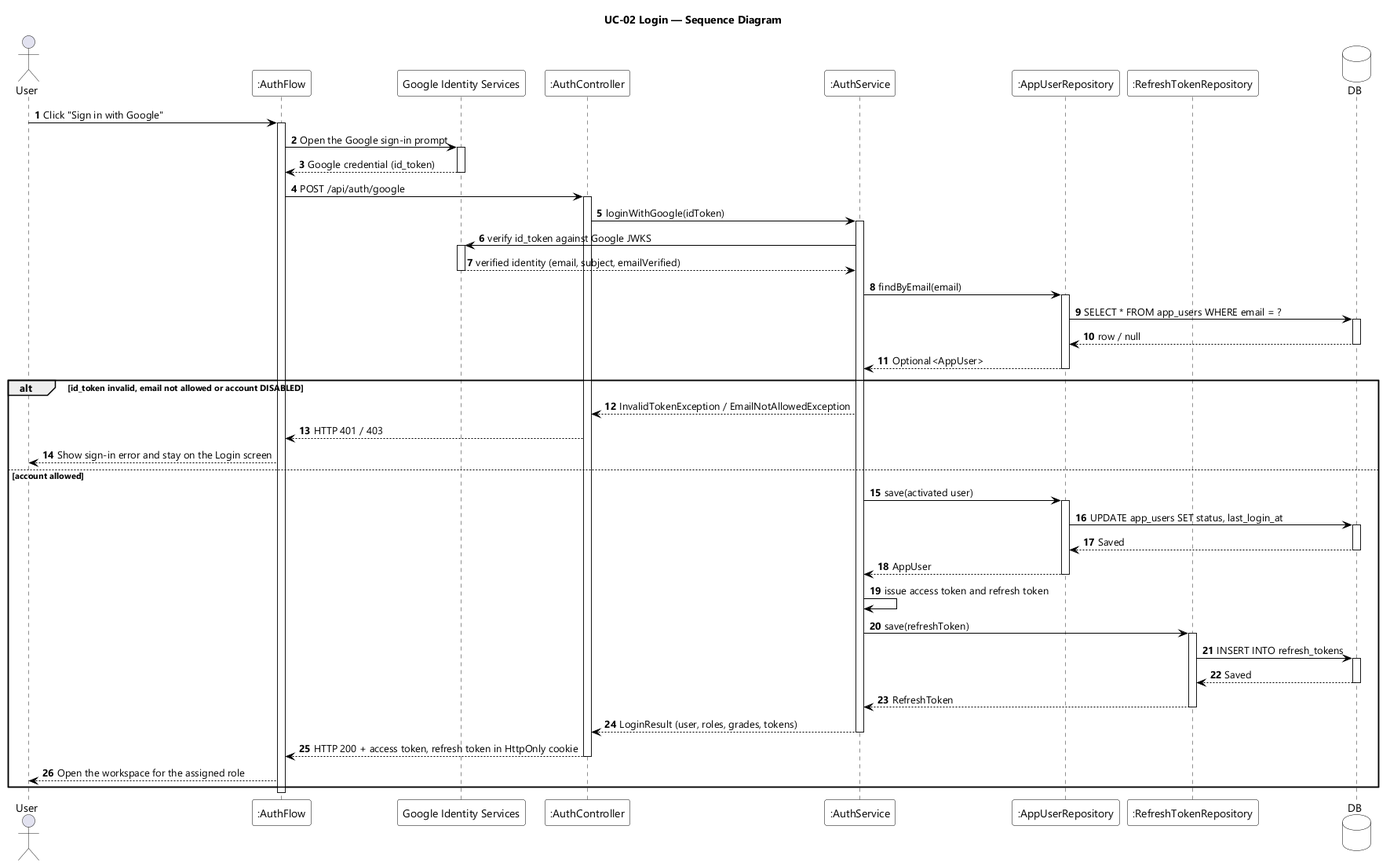
This is designs/sds-diagrams/uc02/uc02-sequence-diagram.png from EduA-system/EduA-system, a PlantUML export, as it was before one commit. Its diagram source:
```plantuml
@startuml UC-02 Login - Sequence Diagram
skinparamlocked dpi 96
skinparam defaultFontName "Segoe UI"
skinparam shadowing false
skinparam ParticipantBackgroundColor #FFFFFF
skinparam ParticipantBorderColor #000000
skinparam DatabaseBackgroundColor #FFFFFF
skinparam DatabaseBorderColor #000000
skinparam ArrowColor #000000
skinparam sequenceMessageAlign left
title UC-02 Login — Sequence Diagram

actor User
participant ":AuthFlow" as UI
participant "Google Identity Services" as GIS
participant ":AuthController" as CTL
participant ":AuthService" as SVC
participant ":AppUserRepository" as USERS
participant ":RefreshTokenRepository" as TOKENS
database DB

autonumber
User -> UI : Click "Sign in with Google"
activate UI
UI -> GIS : Open the Google sign-in prompt
activate GIS
GIS --> UI : Google credential (id_token)
deactivate GIS
UI -> CTL : POST /api/auth/google
activate CTL
CTL -> SVC : loginWithGoogle(idToken)
activate SVC
SVC -> GIS : verify id_token against Google JWKS
activate GIS
GIS --> SVC : verified identity (email, subject, emailVerified)
deactivate GIS
SVC -> USERS : findByEmail(email)
activate USERS
USERS -> DB : SELECT * FROM app_users WHERE email = ?
activate DB
DB --> USERS : row / null
deactivate DB
USERS --> SVC : Optional<AppUser>
deactivate USERS

alt id_token invalid, email not allowed or account DISABLED
  SVC --> CTL : InvalidTokenException / EmailNotAllowedException
  CTL --> UI : HTTP 401 / 403
  UI --> User : Show sign-in error and stay on the Login screen
else account allowed
  SVC -> USERS : save(activated user)
  activate USERS
  USERS -> DB : UPDATE app_users SET status, last_login_at
  activate DB
  DB --> USERS : Saved
  deactivate DB
  USERS --> SVC : AppUser
  deactivate USERS
  SVC -> SVC : issue access token and refresh token
  SVC -> TOKENS : save(refreshToken)
  activate TOKENS
  TOKENS -> DB : INSERT INTO refresh_tokens
  activate DB
  DB --> TOKENS : Saved
  deactivate DB
  TOKENS --> SVC : RefreshToken
  deactivate TOKENS
  SVC --> CTL : LoginResult (user, roles, grades, tokens)
  deactivate SVC
  CTL --> UI : HTTP 200 + access token, refresh token in HttpOnly cookie
  deactivate CTL
  UI --> User : Open the workspace for the assigned role
end
deactivate UI
@enduml
```
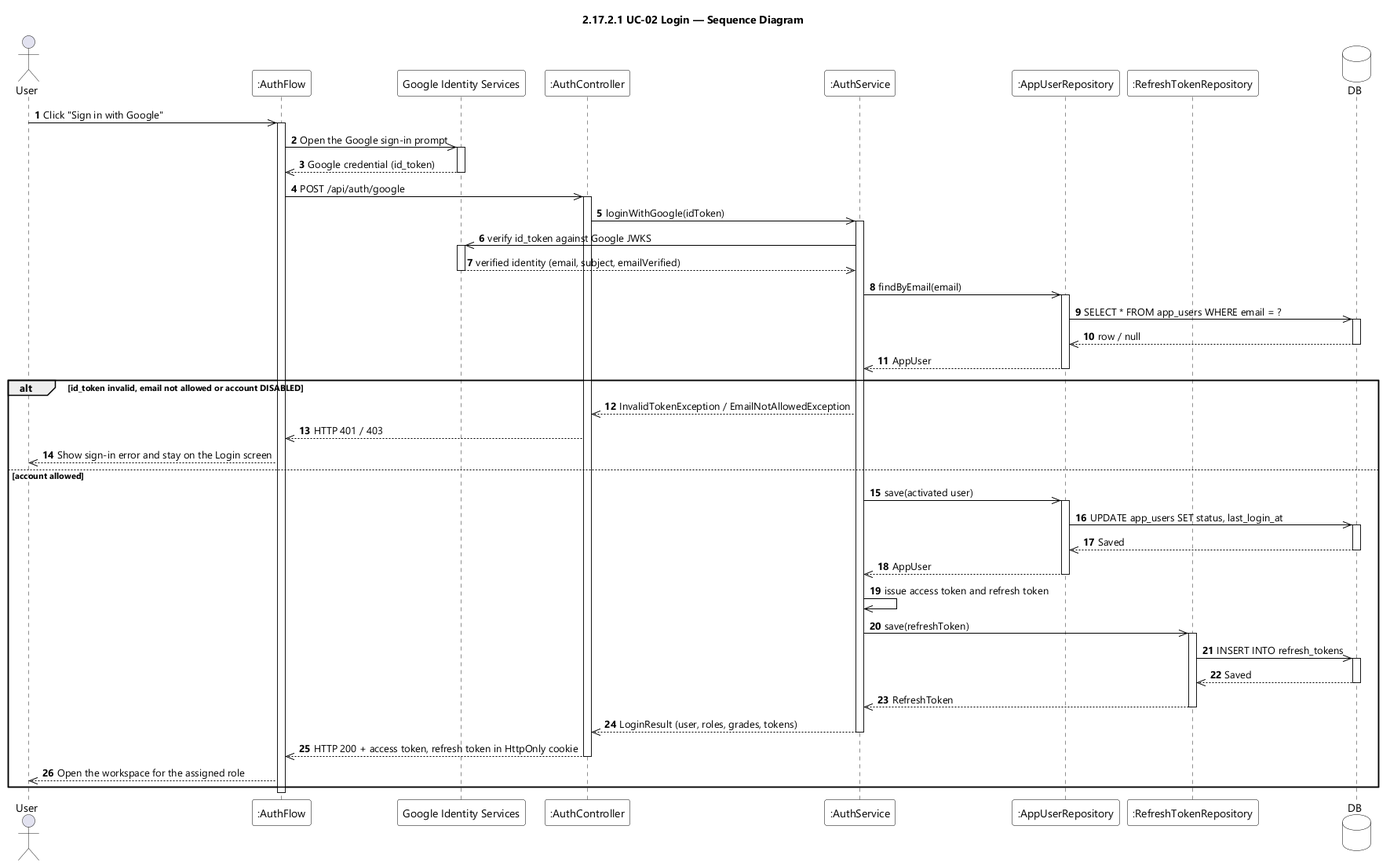
Above is the later version.

Change to the diagram source:
```diff
@@ -8,7 +8,7 @@
 skinparam DatabaseBorderColor #000000
 skinparam ArrowColor #000000
 skinparam sequenceMessageAlign left
-title UC-02 Login — Sequence Diagram
+title 2.17.2.1 UC-02 Login — Sequence Diagram
 
 actor User
 participant ":AuthFlow" as UI
@@ -20,56 +20,56 @@
 database DB
 
 autonumber
-User -> UI : Click "Sign in with Google"
+User ->> UI : Click "Sign in with Google"
 activate UI
-UI -> GIS : Open the Google sign-in prompt
+UI ->> GIS : Open the Google sign-in prompt
 activate GIS
-GIS --> UI : Google credential (id_token)
+GIS -->> UI : Google credential (id_token)
 deactivate GIS
-UI -> CTL : POST /api/auth/google
+UI ->> CTL : POST /api/auth/google
 activate CTL
-CTL -> SVC : loginWithGoogle(idToken)
+CTL ->> SVC : loginWithGoogle(idToken)
 activate SVC
-SVC -> GIS : verify id_token against Google JWKS
+SVC ->> GIS : verify id_token against Google JWKS
 activate GIS
-GIS --> SVC : verified identity (email, subject, emailVerified)
+GIS -->> SVC : verified identity (email, subject, emailVerified)
 deactivate GIS
-SVC -> USERS : findByEmail(email)
+SVC ->> USERS : findByEmail(email)
 activate USERS
-USERS -> DB : SELECT * FROM app_users WHERE email = ?
+USERS ->> DB : SELECT * FROM app_users WHERE email = ?
 activate DB
-DB --> USERS : row / null
+DB -->> USERS : row / null
 deactivate DB
-USERS --> SVC : Optional<AppUser>
+USERS -->> SVC : AppUser
 deactivate USERS
 
 alt id_token invalid, email not allowed or account DISABLED
-  SVC --> CTL : InvalidTokenException / EmailNotAllowedException
-  CTL --> UI : HTTP 401 / 403
-  UI --> User : Show sign-in error and stay on the Login screen
+  SVC -->> CTL : InvalidTokenException / EmailNotAllowedException
+  CTL -->> UI : HTTP 401 / 403
+  UI -->> User : Show sign-in error and stay on the Login screen
 else account allowed
-  SVC -> USERS : save(activated user)
+  SVC ->> USERS : save(activated user)
   activate USERS
-  USERS -> DB : UPDATE app_users SET status, last_login_at
+  USERS ->> DB : UPDATE app_users SET status, last_login_at
   activate DB
-  DB --> USERS : Saved
+  DB -->> USERS : Saved
   deactivate DB
-  USERS --> SVC : AppUser
+  USERS -->> SVC : AppUser
   deactivate USERS
-  SVC -> SVC : issue access token and refresh token
-  SVC -> TOKENS : save(refreshToken)
+  SVC ->> SVC : issue access token and refresh token
+  SVC ->> TOKENS : save(refreshToken)
   activate TOKENS
-  TOKENS -> DB : INSERT INTO refresh_tokens
+  TOKENS ->> DB : INSERT INTO refresh_tokens
   activate DB
-  DB --> TOKENS : Saved
+  DB -->> TOKENS : Saved
   deactivate DB
-  TOKENS --> SVC : RefreshToken
+  TOKENS -->> SVC : RefreshToken
   deactivate TOKENS
-  SVC --> CTL : LoginResult (user, roles, grades, tokens)
+  SVC -->> CTL : LoginResult (user, roles, grades, tokens)
   deactivate SVC
-  CTL --> UI : HTTP 200 + access token, refresh token in HttpOnly cookie
+  CTL -->> UI : HTTP 200 + access token, refresh token in HttpOnly cookie
   deactivate CTL
-  UI --> User : Open the workspace for the assigned role
+  UI -->> User : Open the workspace for the assigned role
 end
 deactivate UI
 @enduml
```
